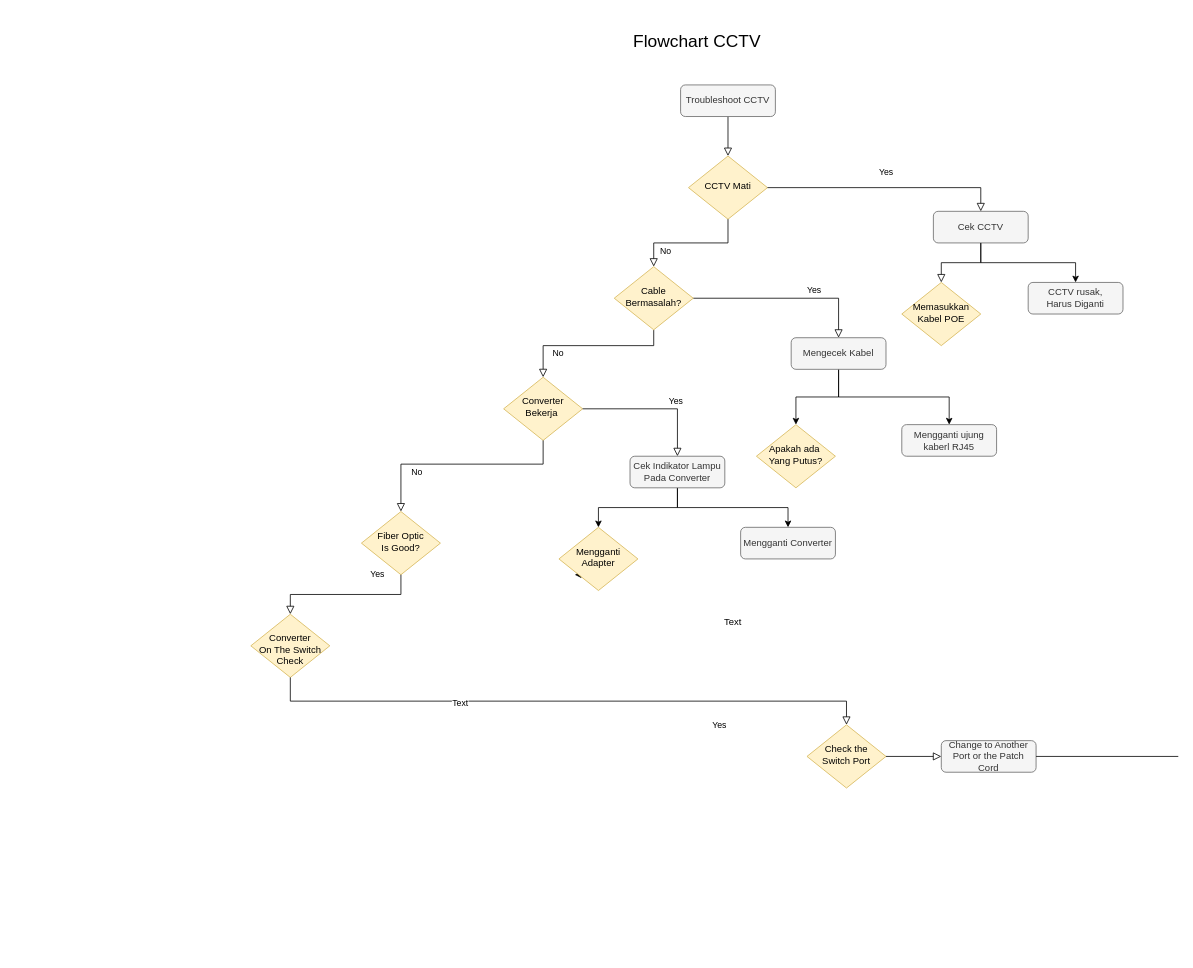
Above: Untitled Diagram.drawio in ivietwill/ujian (draw.io), before the change. Source tidied: cells renumbered, new cells numbered last; positions are measured from the earlier drawing's top-left corner, leaving out a move shared by most shapes. Both pictures are drawn from the tidied source at 79%, with x=0, y=0 at pixel (250, 13).
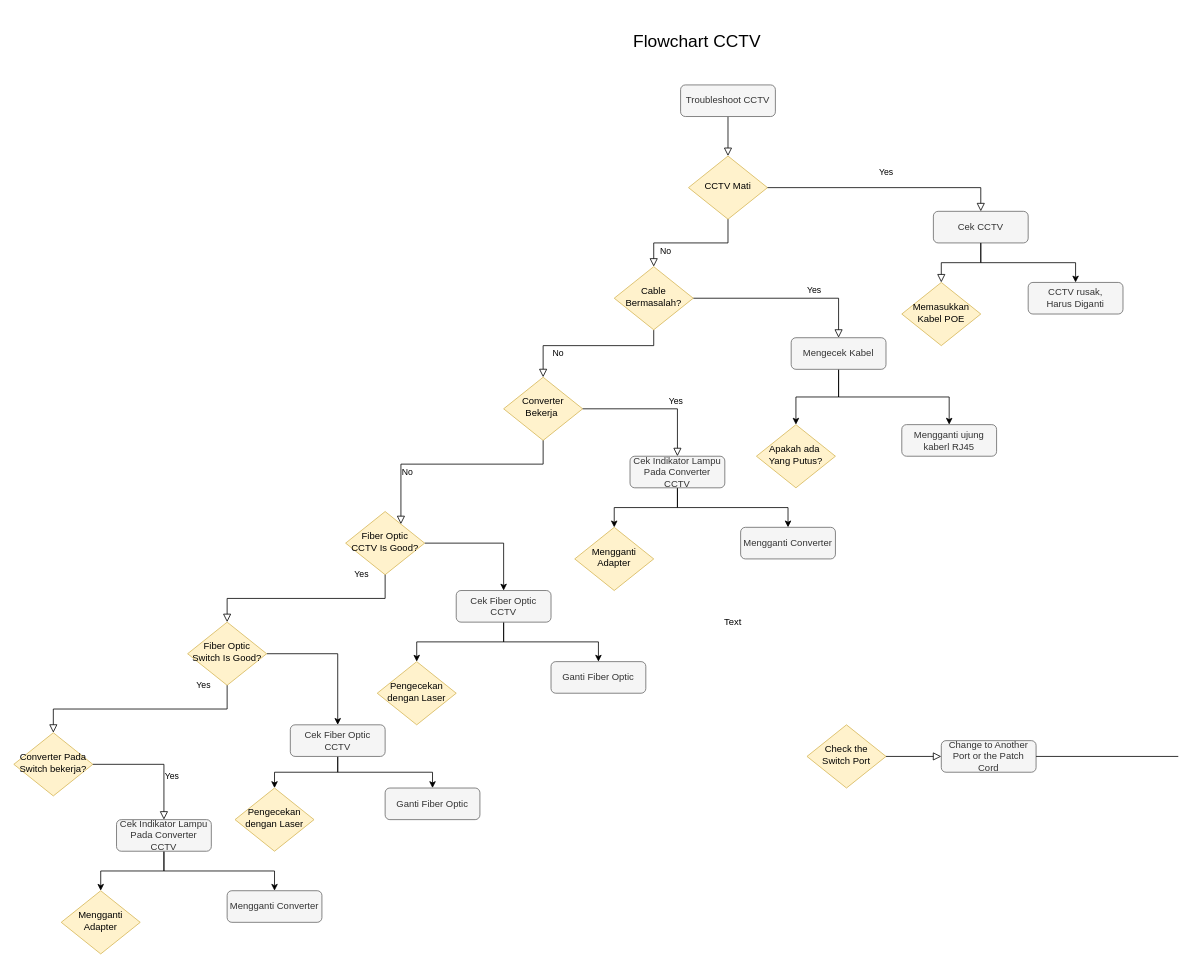
The same diagram, later.

The change refers to these unchanged cells:
```xml
<mxCell id="17" value="Check the Switch Port" style="rhombus;whiteSpace=wrap;html=1;shadow=0;fontFamily=Helvetica;fontSize=12;align=center;strokeWidth=1;spacing=6;spacingTop=-4;fillColor=#fff2cc;strokeColor=#d6b656;" parent="1" vertex="1">
  <mxGeometry x="704" y="900" width="100" height="80" as="geometry" />
</mxCell>
```

Diff of the diagram source:
```diff
@@
+    <mxCell id="40" style="edgeStyle=orthogonalEdgeStyle;rounded=0;jettySize=auto;html=1;exitX=1;exitY=0.5;exitDx=0;exitDy=0;entryX=0.5;entryY=0;entryDx=0;entryDy=0;" parent="1" edge="1" source="14" target="44">
+      <mxGeometry relative="1" as="geometry" />
+    </mxCell>
-    <mxCell id="14" value="Fiber Optic&lt;br&gt;Is Good?" style="rhombus;whiteSpace=wrap;html=1;shadow=0;fontFamily=Helvetica;fontSize=12;align=center;strokeWidth=1;spacing=6;spacingTop=-4;fillColor=#fff2cc;strokeColor=#d6b656;" parent="1" vertex="1">
-      <mxGeometry x="140" y="630" width="100" height="80" as="geometry" />
+    <mxCell id="14" value="Fiber Optic&lt;br&gt;CCTV Is Good?" style="rhombus;whiteSpace=wrap;html=1;shadow=0;fontFamily=Helvetica;fontSize=12;align=center;strokeWidth=1;spacing=6;spacingTop=-4;fillColor=#fff2cc;strokeColor=#d6b656;" parent="1" vertex="1">
+      <mxGeometry x="120" y="630" width="100" height="80" as="geometry" />
     </mxCell>
@@
+    <mxCell id="41" style="edgeStyle=orthogonalEdgeStyle;rounded=0;jettySize=auto;html=1;exitX=1;exitY=0.5;exitDx=0;exitDy=0;entryX=0.5;entryY=0;entryDx=0;entryDy=0;" parent="1" edge="1" source="16" target="50">
+      <mxGeometry relative="1" as="geometry" />
+    </mxCell>
-    <mxCell id="16" value="&lt;br&gt;Converter&lt;br&gt;On The Switch&lt;br&gt;Check" style="rhombus;whiteSpace=wrap;html=1;shadow=0;fontFamily=Helvetica;fontSize=12;align=center;strokeWidth=1;spacing=6;spacingTop=-4;fillColor=#fff2cc;strokeColor=#d6b656;" parent="1" vertex="1">
-      <mxGeometry y="760" width="100" height="80" as="geometry" />
+    <mxCell id="16" value="Fiber Optic&lt;br&gt;Switch Is Good?" style="rhombus;whiteSpace=wrap;html=1;shadow=0;fontFamily=Helvetica;fontSize=12;align=center;strokeWidth=1;spacing=6;spacingTop=-4;fillColor=#fff2cc;strokeColor=#d6b656;" parent="1" vertex="1">
+      <mxGeometry x="-80" y="770" width="100" height="80" as="geometry" />
     </mxCell>
@@
-    <mxCell id="18" value="Yes" style="edgeStyle=orthogonalEdgeStyle;rounded=0;html=1;jettySize=auto;fontSize=11;endArrow=block;endFill=0;endSize=8;strokeWidth=1;shadow=0;labelBackgroundColor=none;entryX=0.5;entryY=0;entryDx=0;entryDy=0;exitX=0.5;exitY=1;exitDx=0;exitDy=0;" parent="1" edge="1" source="16" target="17">
-      <mxGeometry x="0.5" y="-30" relative="1" as="geometry" />
-    </mxCell>
-    <mxCell id="19" value="Text" style="edgeLabel;html=1;align=center;verticalAlign=middle;" parent="18" vertex="1">
-      <mxGeometry x="-0.36" y="-2" relative="1" as="geometry" />
-    </mxCell>
@@
-    <mxCell id="32" value="Cek Indikator Lampu Pada Converter" style="rounded=1;whiteSpace=wrap;html=1;fontSize=12;glass=0;strokeWidth=1;shadow=0;fillColor=#f5f5f5;strokeColor=#666666;fontColor=#333333;" parent="1" vertex="1">
+    <mxCell id="32" value="Cek Indikator Lampu Pada Converter CCTV" style="rounded=1;whiteSpace=wrap;html=1;fontSize=12;glass=0;strokeWidth=1;shadow=0;fillColor=#f5f5f5;strokeColor=#666666;fontColor=#333333;" parent="1" vertex="1">
       <mxGeometry x="480" y="560" width="120" height="40" as="geometry" />
     </mxCell>
@@
-    <mxCell id="36" style="edgeStyle=orthogonalEdgeStyle;rounded=0;jettySize=auto;html=1;exitX=0;exitY=1;exitDx=0;exitDy=0;" parent="1" edge="1" source="37">
-      <mxGeometry relative="1" as="geometry">
-        <mxPoint x="410" y="710" as="targetPoint" />
-      </mxGeometry>
-    </mxCell>
     <mxCell id="37" value="Mengganti Adapter" style="rhombus;whiteSpace=wrap;html=1;shadow=0;fontFamily=Helvetica;fontSize=12;align=center;strokeWidth=1;spacing=6;spacingTop=-4;fillColor=#fff2cc;strokeColor=#d6b656;" parent="1" vertex="1">
-      <mxGeometry x="390" y="650" width="100" height="80" as="geometry" />
+      <mxGeometry x="410" y="650" width="100" height="80" as="geometry" />
     </mxCell>
@@
+    <mxCell id="42" style="edgeStyle=orthogonalEdgeStyle;rounded=0;jettySize=auto;html=1;exitX=0.5;exitY=1;exitDx=0;exitDy=0;entryX=0.5;entryY=0;entryDx=0;entryDy=0;" parent="1" edge="1" source="44" target="45">
+      <mxGeometry relative="1" as="geometry" />
+    </mxCell>
+    <mxCell id="43" style="edgeStyle=orthogonalEdgeStyle;rounded=0;jettySize=auto;html=1;exitX=0.5;exitY=1;exitDx=0;exitDy=0;" parent="1" edge="1" source="44" target="46">
+      <mxGeometry relative="1" as="geometry" />
+    </mxCell>
+    <mxCell id="44" value="Cek Fiber Optic CCTV" style="rounded=1;whiteSpace=wrap;html=1;fontSize=12;glass=0;strokeWidth=1;shadow=0;fillColor=#f5f5f5;strokeColor=#666666;fontColor=#333333;" parent="1" vertex="1">
+      <mxGeometry x="260" y="730" width="120" height="40" as="geometry" />
+    </mxCell>
+    <mxCell id="45" value="Pengecekan dengan Laser" style="rhombus;whiteSpace=wrap;html=1;shadow=0;fontFamily=Helvetica;fontSize=12;align=center;strokeWidth=1;spacing=6;spacingTop=-4;fillColor=#fff2cc;strokeColor=#d6b656;" parent="1" vertex="1">
+      <mxGeometry x="160" y="820" width="100" height="80" as="geometry" />
+    </mxCell>
+    <mxCell id="46" value="Ganti Fiber Optic" style="rounded=1;whiteSpace=wrap;html=1;fontSize=12;glass=0;strokeWidth=1;shadow=0;fillColor=#f5f5f5;strokeColor=#666666;fontColor=#333333;" parent="1" vertex="1">
+      <mxGeometry x="380" y="820" width="120" height="40" as="geometry" />
+    </mxCell>
+    <mxCell id="18" value="Yes" style="edgeStyle=orthogonalEdgeStyle;rounded=0;html=1;jettySize=auto;fontSize=11;endArrow=block;endFill=0;endSize=8;strokeWidth=1;shadow=0;labelBackgroundColor=none;entryX=0.5;entryY=0;entryDx=0;entryDy=0;exitX=0.5;exitY=1;exitDx=0;exitDy=0;" parent="1" edge="1" source="16" target="47">
+      <mxGeometry x="-1" y="-30" relative="1" as="geometry" />
+    </mxCell>
+    <mxCell id="47" value="Converter Pada Switch bekerja?" style="rhombus;whiteSpace=wrap;html=1;shadow=0;fontFamily=Helvetica;fontSize=12;align=center;strokeWidth=1;spacing=6;spacingTop=-4;fillColor=#fff2cc;strokeColor=#d6b656;" parent="1" vertex="1">
+      <mxGeometry x="-300" y="910" width="100" height="80" as="geometry" />
+    </mxCell>
+    <mxCell id="48" style="edgeStyle=orthogonalEdgeStyle;rounded=0;jettySize=auto;html=1;exitX=0.5;exitY=1;exitDx=0;exitDy=0;entryX=0.5;entryY=0;entryDx=0;entryDy=0;" parent="1" edge="1" source="50" target="51">
+      <mxGeometry relative="1" as="geometry" />
+    </mxCell>
+    <mxCell id="49" style="edgeStyle=orthogonalEdgeStyle;rounded=0;jettySize=auto;html=1;exitX=0.5;exitY=1;exitDx=0;exitDy=0;entryX=0.5;entryY=0;entryDx=0;entryDy=0;" parent="1" edge="1" source="50" target="52">
+      <mxGeometry relative="1" as="geometry" />
+    </mxCell>
+    <mxCell id="50" value="Cek Fiber Optic CCTV" style="rounded=1;whiteSpace=wrap;html=1;fontSize=12;glass=0;strokeWidth=1;shadow=0;fillColor=#f5f5f5;strokeColor=#666666;fontColor=#333333;" parent="1" vertex="1">
+      <mxGeometry x="50" y="900" width="120" height="40" as="geometry" />
+    </mxCell>
+    <mxCell id="51" value="Pengecekan dengan Laser" style="rhombus;whiteSpace=wrap;html=1;shadow=0;fontFamily=Helvetica;fontSize=12;align=center;strokeWidth=1;spacing=6;spacingTop=-4;fillColor=#fff2cc;strokeColor=#d6b656;" parent="1" vertex="1">
+      <mxGeometry x="-20" y="980" width="100" height="80" as="geometry" />
+    </mxCell>
+    <mxCell id="52" value="Ganti Fiber Optic" style="rounded=1;whiteSpace=wrap;html=1;fontSize=12;glass=0;strokeWidth=1;shadow=0;fillColor=#f5f5f5;strokeColor=#666666;fontColor=#333333;" parent="1" vertex="1">
+      <mxGeometry x="170" y="980" width="120" height="40" as="geometry" />
+    </mxCell>
+    <mxCell id="53" value="Yes" style="edgeStyle=orthogonalEdgeStyle;rounded=0;html=1;jettySize=auto;fontSize=11;endArrow=block;endFill=0;endSize=8;strokeWidth=1;shadow=0;labelBackgroundColor=none;entryX=0.5;entryY=0;entryDx=0;entryDy=0;exitX=1;exitY=0.5;exitDx=0;exitDy=0;" parent="1" edge="1" source="47" target="56">
+      <mxGeometry x="0.31" y="10" relative="1" as="geometry" />
+    </mxCell>
+    <mxCell id="54" style="edgeStyle=orthogonalEdgeStyle;rounded=0;jettySize=auto;html=1;exitX=0.5;exitY=1;exitDx=0;exitDy=0;entryX=0.5;entryY=0;entryDx=0;entryDy=0;" parent="1" edge="1" source="56" target="57">
+      <mxGeometry relative="1" as="geometry" />
+    </mxCell>
+    <mxCell id="55" style="edgeStyle=orthogonalEdgeStyle;rounded=0;jettySize=auto;html=1;exitX=0.5;exitY=1;exitDx=0;exitDy=0;entryX=0.5;entryY=0;entryDx=0;entryDy=0;" parent="1" edge="1" source="56" target="58">
+      <mxGeometry relative="1" as="geometry" />
+    </mxCell>
+    <mxCell id="56" value="Cek Indikator Lampu Pada Converter CCTV" style="rounded=1;whiteSpace=wrap;html=1;fontSize=12;glass=0;strokeWidth=1;shadow=0;fillColor=#f5f5f5;strokeColor=#666666;fontColor=#333333;" parent="1" vertex="1">
+      <mxGeometry x="-170" y="1020" width="120" height="40" as="geometry" />
+    </mxCell>
+    <mxCell id="57" value="Mengganti Adapter" style="rhombus;whiteSpace=wrap;html=1;shadow=0;fontFamily=Helvetica;fontSize=12;align=center;strokeWidth=1;spacing=6;spacingTop=-4;fillColor=#fff2cc;strokeColor=#d6b656;" parent="1" vertex="1">
+      <mxGeometry x="-240" y="1110" width="100" height="80" as="geometry" />
+    </mxCell>
+    <mxCell id="58" value="Mengganti Converter" style="rounded=1;whiteSpace=wrap;html=1;fontSize=12;glass=0;strokeWidth=1;shadow=0;fillColor=#f5f5f5;strokeColor=#666666;fontColor=#333333;" parent="1" vertex="1">
+      <mxGeometry x="-30" y="1110" width="120" height="40" as="geometry" />
+    </mxCell>
```
